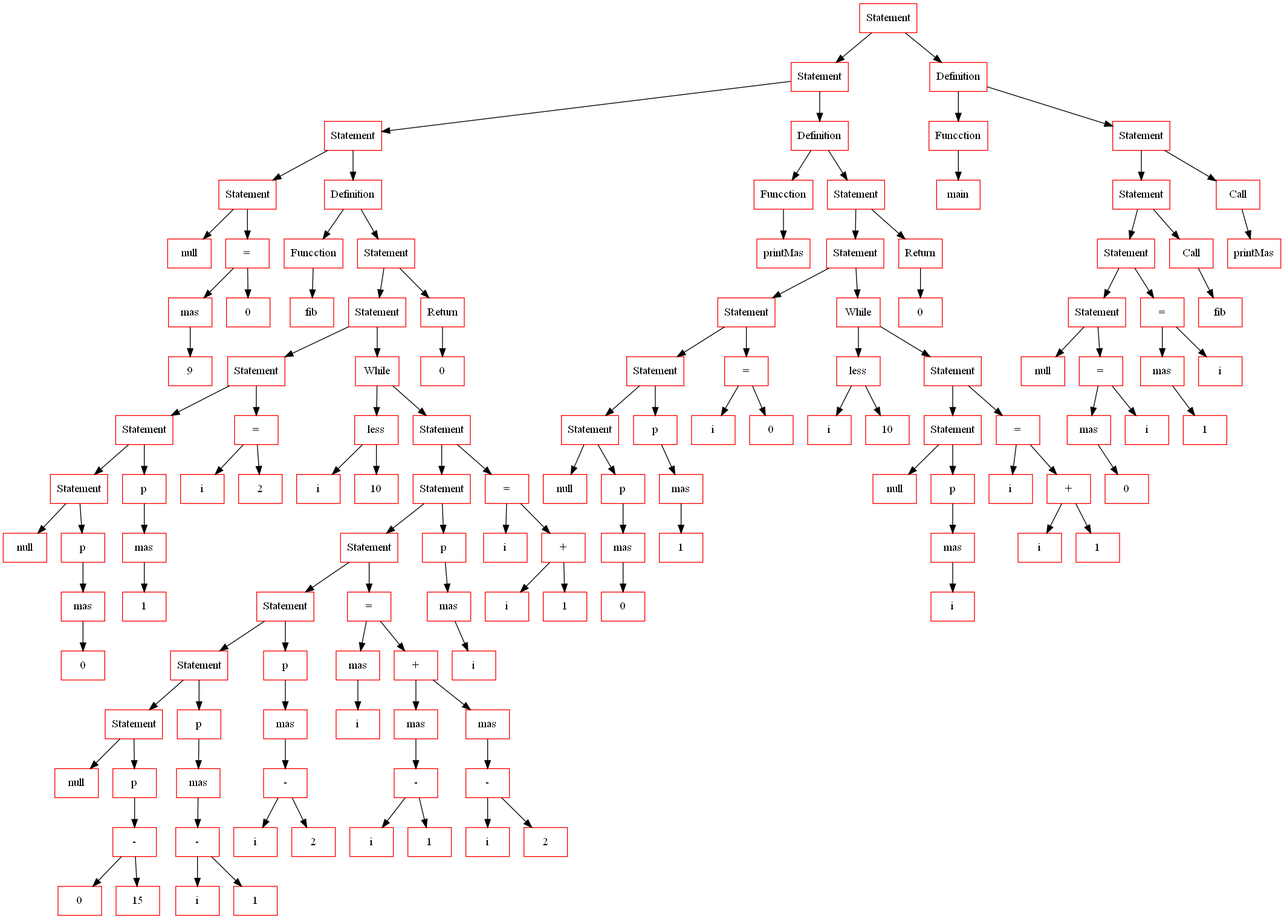
vian96/uzh_lang keeps this Graphviz diagram as lang_tree.png. Above is the earlier version. Its source is kept beside it as lang_tree.gv.
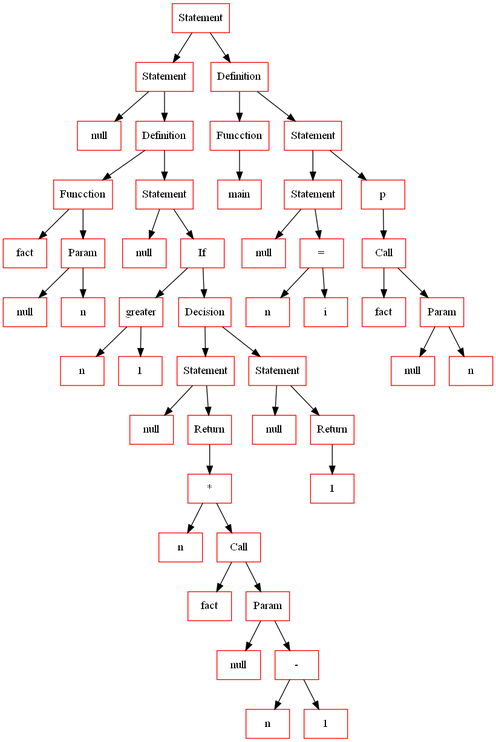
Later version of the same file.

What changed in the source:
```diff
@@ -4,263 +4,99 @@
 
 	node[color="red",fontsize=14];
 
-	2498331712[shape=record, label="Statement"];
-	2500865920[shape=record, label="Statement"];
-	2498305520[shape=record, label="Statement"];
-	2498305200[shape=record, label="Statement"];
-	2498305136[shape=record, label="null"];
-	2498305264[shape=record, label="="];
-	2498305328[shape=record, label="mas"];
-	2498305392[shape=record, label="9"];
-	2498305456[shape=record, label="0"];
-	2498305584[shape=record, label="Definition"];
-	2498305648[shape=record, label="Funcction"];
-	2498305712[shape=record, label="fib"];
-	2500866176[shape=record, label="Statement"];
-	2498327584[shape=record, label="Statement"];
-	2498326688[shape=record, label="Statement"];
-	2498327456[shape=record, label="Statement"];
-	2498303088[shape=record, label="Statement"];
-	2498303024[shape=record, label="null"];
-	2498326816[shape=record, label="p"];
-	2498327328[shape=record, label="mas"];
-	2498327200[shape=record, label="0"];
-	2498328416[shape=record, label="p"];
-	2498327264[shape=record, label="mas"];
-	2498327136[shape=record, label="1"];
-	2498328096[shape=record, label="="];
-	2498328352[shape=record, label="i"];
-	2498327776[shape=record, label="2"];
-	2498328544[shape=record, label="While"];
-	2498326752[shape=record, label="less"];
-	2498327392[shape=record, label="i"];
-	2498327968[shape=record, label="10"];
-	2500863808[shape=record, label="Statement"];
-	2500865536[shape=record, label="Statement"];
-	2500864640[shape=record, label="Statement"];
-	2498326880[shape=record, label="Statement"];
-	2498328032[shape=record, label="Statement"];
-	2498327520[shape=record, label="Statement"];
-	2498327648[shape=record, label="null"];
-	2498327904[shape=record, label="p"];
-	2498327712[shape=record, label="-"];
-	2498328160[shape=record, label="0"];
-	2498327840[shape=record, label="15"];
-	2498327072[shape=record, label="p"];
-	2498328224[shape=record, label="mas"];
-	2498327008[shape=record, label="-"];
-	2498328288[shape=record, label="i"];
-	2498328480[shape=record, label="1"];
-	2498326944[shape=record, label="p"];
-	2500864960[shape=record, label="mas"];
-	2500864000[shape=record, label="-"];
-	2500865664[shape=record, label="i"];
-	2500864768[shape=record, label="2"];
-	2500864448[shape=record, label="="];
-	2500865344[shape=record, label="mas"];
-	2500863744[shape=record, label="i"];
-	2500863872[shape=record, label="+"];
-	2500864832[shape=record, label="mas"];
-	2500864256[shape=record, label="-"];
-	2500866496[shape=record, label="i"];
-	2500862912[shape=record, label="1"];
-	2500865408[shape=record, label="mas"];
-	2500866048[shape=record, label="-"];
-	2500865728[shape=record, label="i"];
-	2500865792[shape=record, label="2"];
-	2500864128[shape=record, label="p"];
-	2500866112[shape=record, label="mas"];
-	2500866688[shape=record, label="i"];
-	2500864512[shape=record, label="="];
-	2500865856[shape=record, label="i"];
-	2500863616[shape=record, label="+"];
-	2500865472[shape=record, label="i"];
-	2500863680[shape=record, label="1"];
-	2500865600[shape=record, label="Return"];
-	2500864704[shape=record, label="0"];
-	2500863424[shape=record, label="Definition"];
-	2500863936[shape=record, label="Funcction"];
-	2500864896[shape=record, label="printMas"];
-	2498332096[shape=record, label="Statement"];
-	2500866240[shape=record, label="Statement"];
-	2500866304[shape=record, label="Statement"];
-	2500865024[shape=record, label="Statement"];
-	2500864064[shape=record, label="Statement"];
-	2500862848[shape=record, label="null"];
-	2500865984[shape=record, label="p"];
-	2500862976[shape=record, label="mas"];
-	2500863488[shape=record, label="0"];
-	2500865088[shape=record, label="p"];
-	2500865152[shape=record, label="mas"];
-	2500865216[shape=record, label="1"];
-	2500865280[shape=record, label="="];
-	2500864192[shape=record, label="i"];
-	2500863168[shape=record, label="0"];
-	2500864320[shape=record, label="While"];
-	2500866432[shape=record, label="less"];
-	2500866368[shape=record, label="i"];
-	2500866560[shape=record, label="10"];
-	2500863552[shape=record, label="Statement"];
-	2500866752[shape=record, label="Statement"];
-	2500863360[shape=record, label="null"];
-	2500863104[shape=record, label="p"];
-	2500866624[shape=record, label="mas"];
-	2500864384[shape=record, label="i"];
-	2500864576[shape=record, label="="];
-	2500863040[shape=record, label="i"];
-	2500863296[shape=record, label="+"];
-	2500863232[shape=record, label="i"];
-	2498332416[shape=record, label="1"];
-	2498331392[shape=record, label="Return"];
-	2498330496[shape=record, label="0"];
-	2498329792[shape=record, label="Definition"];
-	2498330240[shape=record, label="Funcction"];
-	2498330304[shape=record, label="main"];
-	2498333440[shape=record, label="Statement"];
-	2498330432[shape=record, label="Statement"];
-	2498333120[shape=record, label="Statement"];
-	2498333056[shape=record, label="Statement"];
-	2498331328[shape=record, label="null"];
-	2498332608[shape=record, label="="];
-	2498331968[shape=record, label="mas"];
-	2498332352[shape=record, label="0"];
-	2498331008[shape=record, label="i"];
-	2498331840[shape=record, label="="];
-	2498333376[shape=record, label="mas"];
-	2498330752[shape=record, label="1"];
-	2498332480[shape=record, label="i"];
-	2498332032[shape=record, label="Call"];
-	2498331456[shape=record, label="fib"];
-	2498332800[shape=record, label="Call"];
-	2498331584[shape=record, label="printMas"];
+	200482736[shape=record, label="Statement"];
+	200507280[shape=record, label="Statement"];
+	200507216[shape=record, label="null"];
+	200479904[shape=record, label="Definition"];
+	200479968[shape=record, label="Funcction"];
+	200480032[shape=record, label="fact"];
+	200480160[shape=record, label="Param"];
+	200480096[shape=record, label="null"];
+	200480224[shape=record, label="n"];
+	200480352[shape=record, label="Statement"];
+	200480288[shape=record, label="null"];
+	200480416[shape=record, label="If"];
+	200480544[shape=record, label="greater"];
+	200480480[shape=record, label="n"];
+	200480608[shape=record, label="1"];
+	200480672[shape=record, label="Decision"];
+	200482032[shape=record, label="Statement"];
+	200480736[shape=record, label="null"];
+	200481328[shape=record, label="Return"];
+	200481904[shape=record, label="*"];
+	200482544[shape=record, label="n"];
+	200481392[shape=record, label="Call"];
+	200480880[shape=record, label="fact"];
+	200481648[shape=record, label="Param"];
+	200482096[shape=record, label="null"];
+	200481008[shape=record, label="-"];
+	200482608[shape=record, label="n"];
+	200482672[shape=record, label="1"];
+	200481968[shape=record, label="Statement"];
+	200481072[shape=record, label="null"];
+	200482480[shape=record, label="Return"];
+	200481712[shape=record, label="1"];
+	200481136[shape=record, label="Definition"];
+	200482160[shape=record, label="Funcction"];
+	200481456[shape=record, label="main"];
+	200482224[shape=record, label="Statement"];
+	200481200[shape=record, label="Statement"];
+	200480944[shape=record, label="null"];
+	200481264[shape=record, label="="];
+	200482288[shape=record, label="n"];
+	200481520[shape=record, label="i"];
+	200482352[shape=record, label="p"];
+	200482416[shape=record, label="Call"];
+	200481776[shape=record, label="fact"];
+	200481840[shape=record, label="Param"];
+	200481584[shape=record, label="null"];
+	199266656[shape=record, label="n"];
 
-	2498331712 -> 2500865920[fontsize=12]
-	2498331712 -> 2498329792[fontsize=12]
-	2500865920 -> 2498305520[fontsize=12]
-	2500865920 -> 2500863424[fontsize=12]
-	2498305520 -> 2498305200[fontsize=12]
-	2498305520 -> 2498305584[fontsize=12]
-	2498305200 -> 2498305136[fontsize=12]
-	2498305200 -> 2498305264[fontsize=12]
-	2498305264 -> 2498305328[fontsize=12]
-	2498305264 -> 2498305456[fontsize=12]
-	2498305328 -> 2498305392[fontsize=12]
-	2498305584 -> 2498305648[fontsize=12]
-	2498305584 -> 2500866176[fontsize=12]
-	2498305648 -> 2498305712[fontsize=12]
-	2500866176 -> 2498327584[fontsize=12]
-	2500866176 -> 2500865600[fontsize=12]
-	2498327584 -> 2498326688[fontsize=12]
-	2498327584 -> 2498328544[fontsize=12]
-	2498326688 -> 2498327456[fontsize=12]
-	2498326688 -> 2498328096[fontsize=12]
-	2498327456 -> 2498303088[fontsize=12]
-	2498327456 -> 2498328416[fontsize=12]
-	2498303088 -> 2498303024[fontsize=12]
-	2498303088 -> 2498326816[fontsize=12]
-	2498326816 -> 2498327328[fontsize=12]
-	2498327328 -> 2498327200[fontsize=12]
-	2498328416 -> 2498327264[fontsize=12]
-	2498327264 -> 2498327136[fontsize=12]
-	2498328096 -> 2498328352[fontsize=12]
-	2498328096 -> 2498327776[fontsize=12]
-	2498328544 -> 2498326752[fontsize=12]
-	2498328544 -> 2500863808[fontsize=12]
-	2498326752 -> 2498327392[fontsize=12]
-	2498326752 -> 2498327968[fontsize=12]
-	2500863808 -> 2500865536[fontsize=12]
-	2500863808 -> 2500864512[fontsize=12]
-	2500865536 -> 2500864640[fontsize=12]
-	2500865536 -> 2500864128[fontsize=12]
-	2500864640 -> 2498326880[fontsize=12]
-	2500864640 -> 2500864448[fontsize=12]
-	2498326880 -> 2498328032[fontsize=12]
-	2498326880 -> 2498326944[fontsize=12]
-	2498328032 -> 2498327520[fontsize=12]
-	2498328032 -> 2498327072[fontsize=12]
-	2498327520 -> 2498327648[fontsize=12]
-	2498327520 -> 2498327904[fontsize=12]
-	2498327904 -> 2498327712[fontsize=12]
-	2498327712 -> 2498328160[fontsize=12]
-	2498327712 -> 2498327840[fontsize=12]
-	2498327072 -> 2498328224[fontsize=12]
-	2498328224 -> 2498327008[fontsize=12]
-	2498327008 -> 2498328288[fontsize=12]
-	2498327008 -> 2498328480[fontsize=12]
-	2498326944 -> 2500864960[fontsize=12]
-	2500864960 -> 2500864000[fontsize=12]
-	2500864000 -> 2500865664[fontsize=12]
-	2500864000 -> 2500864768[fontsize=12]
-	2500864448 -> 2500865344[fontsize=12]
-	2500864448 -> 2500863872[fontsize=12]
-	2500865344 -> 2500863744[fontsize=12]
-	2500863872 -> 2500864832[fontsize=12]
-	2500863872 -> 2500865408[fontsize=12]
-	2500864832 -> 2500864256[fontsize=12]
-	2500864256 -> 2500866496[fontsize=12]
-	2500864256 -> 2500862912[fontsize=12]
-	2500865408 -> 2500866048[fontsize=12]
-	2500866048 -> 2500865728[fontsize=12]
-	2500866048 -> 2500865792[fontsize=12]
-	2500864128 -> 2500866112[fontsize=12]
-	2500866112 -> 2500866688[fontsize=12]
-	2500864512 -> 2500865856[fontsize=12]
-	2500864512 -> 2500863616[fontsize=12]
-	2500863616 -> 2500865472[fontsize=12]
-	2500863616 -> 2500863680[fontsize=12]
-	2500865600 -> 2500864704[fontsize=12]
-	2500863424 -> 2500863936[fontsize=12]
-	2500863424 -> 2498332096[fontsize=12]
-	2500863936 -> 2500864896[fontsize=12]
-	2498332096 -> 2500866240[fontsize=12]
-	2498332096 -> 2498331392[fontsize=12]
-	2500866240 -> 2500866304[fontsize=12]
-	2500866240 -> 2500864320[fontsize=12]
-	2500866304 -> 2500865024[fontsize=12]
-	2500866304 -> 2500865280[fontsize=12]
-	2500865024 -> 2500864064[fontsize=12]
-	2500865024 -> 2500865088[fontsize=12]
-	2500864064 -> 2500862848[fontsize=12]
-	2500864064 -> 2500865984[fontsize=12]
-	2500865984 -> 2500862976[fontsize=12]
-	2500862976 -> 2500863488[fontsize=12]
-	2500865088 -> 2500865152[fontsize=12]
-	2500865152 -> 2500865216[fontsize=12]
-	2500865280 -> 2500864192[fontsize=12]
-	2500865280 -> 2500863168[fontsize=12]
-	2500864320 -> 2500866432[fontsize=12]
-	2500864320 -> 2500863552[fontsize=12]
-	2500866432 -> 2500866368[fontsize=12]
-	2500866432 -> 2500866560[fontsize=12]
-	2500863552 -> 2500866752[fontsize=12]
-	2500863552 -> 2500864576[fontsize=12]
-	2500866752 -> 2500863360[fontsize=12]
-	2500866752 -> 2500863104[fontsize=12]
-	2500863104 -> 2500866624[fontsize=12]
-	2500866624 -> 2500864384[fontsize=12]
-	2500864576 -> 2500863040[fontsize=12]
-	2500864576 -> 2500863296[fontsize=12]
-	2500863296 -> 2500863232[fontsize=12]
-	2500863296 -> 2498332416[fontsize=12]
-	2498331392 -> 2498330496[fontsize=12]
-	2498329792 -> 2498330240[fontsize=12]
-	2498329792 -> 2498333440[fontsize=12]
-	2498330240 -> 2498330304[fontsize=12]
-	2498333440 -> 2498330432[fontsize=12]
-	2498333440 -> 2498332800[fontsize=12]
-	2498330432 -> 2498333120[fontsize=12]
-	2498330432 -> 2498332032[fontsize=12]
-	2498333120 -> 2498333056[fontsize=12]
-	2498333120 -> 2498331840[fontsize=12]
-	2498333056 -> 2498331328[fontsize=12]
-	2498333056 -> 2498332608[fontsize=12]
-	2498332608 -> 2498331968[fontsize=12]
-	2498332608 -> 2498331008[fontsize=12]
-	2498331968 -> 2498332352[fontsize=12]
-	2498331840 -> 2498333376[fontsize=12]
-	2498331840 -> 2498332480[fontsize=12]
-	2498333376 -> 2498330752[fontsize=12]
-	2498332032 -> 2498331456[fontsize=12]
-	2498332800 -> 2498331584[fontsize=12]
+	200482736 -> 200507280[fontsize=12]
+	200482736 -> 200481136[fontsize=12]
+	200507280 -> 200507216[fontsize=12]
+	200507280 -> 200479904[fontsize=12]
+	200479904 -> 200479968[fontsize=12]
+	200479904 -> 200480352[fontsize=12]
+	200479968 -> 200480032[fontsize=12]
+	200479968 -> 200480160[fontsize=12]
+	200480160 -> 200480096[fontsize=12]
+	200480160 -> 200480224[fontsize=12]
+	200480352 -> 200480288[fontsize=12]
+	200480352 -> 200480416[fontsize=12]
+	200480416 -> 200480544[fontsize=12]
+	200480416 -> 200480672[fontsize=12]
+	200480544 -> 200480480[fontsize=12]
+	200480544 -> 200480608[fontsize=12]
+	200480672 -> 200482032[fontsize=12]
+	200480672 -> 200481968[fontsize=12]
+	200482032 -> 200480736[fontsize=12]
+	200482032 -> 200481328[fontsize=12]
+	200481328 -> 200481904[fontsize=12]
+	200481904 -> 200482544[fontsize=12]
+	200481904 -> 200481392[fontsize=12]
+	200481392 -> 200480880[fontsize=12]
+	200481392 -> 200481648[fontsize=12]
+	200481648 -> 200482096[fontsize=12]
+	200481648 -> 200481008[fontsize=12]
+	200481008 -> 200482608[fontsize=12]
+	200481008 -> 200482672[fontsize=12]
+	200481968 -> 200481072[fontsize=12]
+	200481968 -> 200482480[fontsize=12]
+	200482480 -> 200481712[fontsize=12]
+	200481136 -> 200482160[fontsize=12]
+	200481136 -> 200482224[fontsize=12]
+	200482160 -> 200481456[fontsize=12]
+	200482224 -> 200481200[fontsize=12]
+	200482224 -> 200482352[fontsize=12]
+	200481200 -> 200480944[fontsize=12]
+	200481200 -> 200481264[fontsize=12]
+	200481264 -> 200482288[fontsize=12]
+	200481264 -> 200481520[fontsize=12]
+	200482352 -> 200482416[fontsize=12]
+	200482416 -> 200481776[fontsize=12]
+	200482416 -> 200481840[fontsize=12]
+	200481840 -> 200481584[fontsize=12]
+	200481840 -> 199266656[fontsize=12]
 
 }
```
